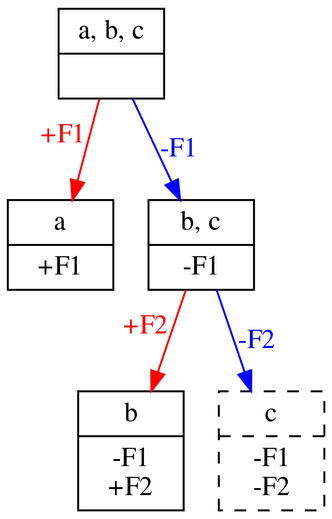
rdaland/Pheatures keeps this Graphviz diagram as squib/diagrams/toy_system_ic.png. Above is the earlier version. Its source is kept beside it as squib/diagrams/toy_system_ic.gv.
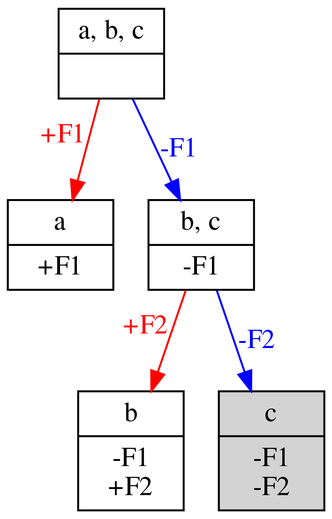
The same diagram one commit later.

Change to the diagram source:
```diff
@@ -4,7 +4,7 @@
 	1 [label="{<segs> a |<feats> +F1 }",shape=record]
 	2 [label="{<segs> b, c |<feats> -F1 }",shape=record]
 	3 [label="{<segs> b |<feats> -F1\n+F2 }",shape=record]
-	4 [label="{<segs> c |<feats> -F1\n-F2 }",shape=record,style=dashed]
+	4 [label="{<segs> c |<feats> -F1\n-F2 }",shape=record,style=filled]
 	0 -> 1	[xlabel="+F1",fontcolor=red,color=red]
 	0 -> 2	[label="-F1",fontcolor=blue,color=blue]
 	2 -> 3	[xlabel="+F2",fontcolor=red,color=red]
```
